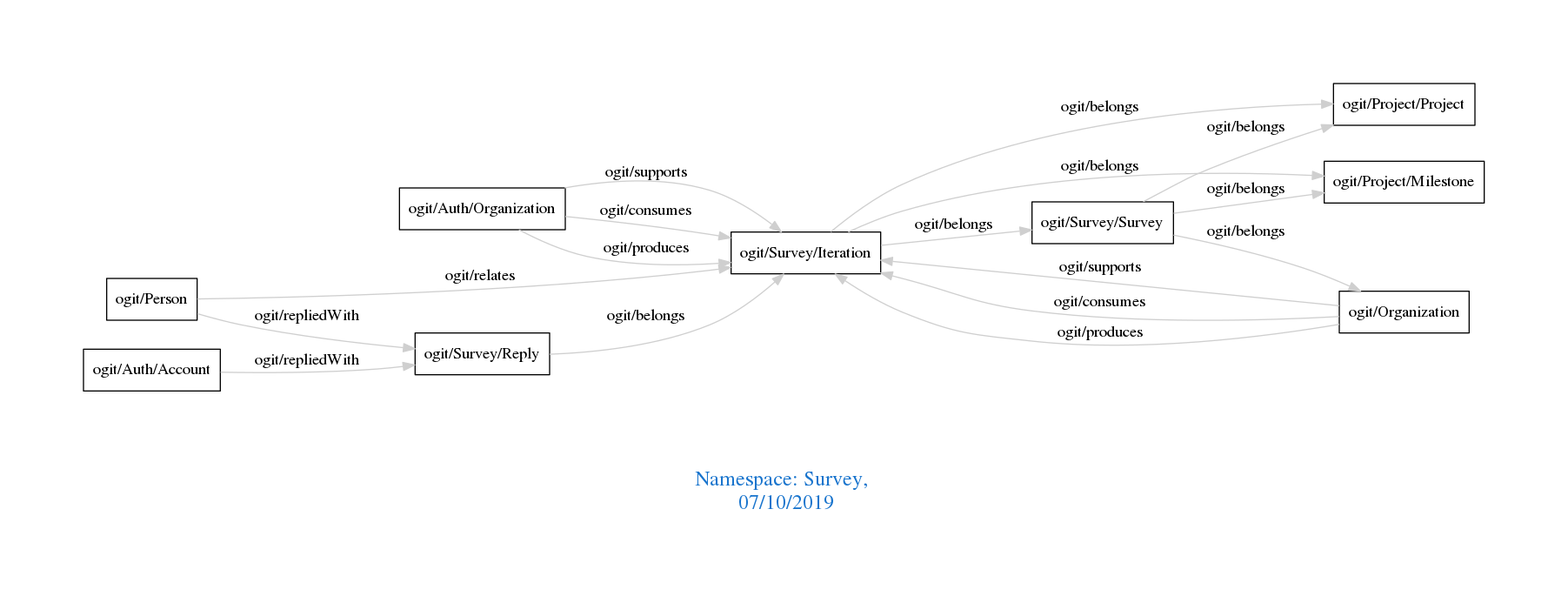
arago/OGIT keeps this Graphviz diagram as downloads/Survey.png. Above is the earlier version. Its source is kept beside it as downloads/Survey.dot.
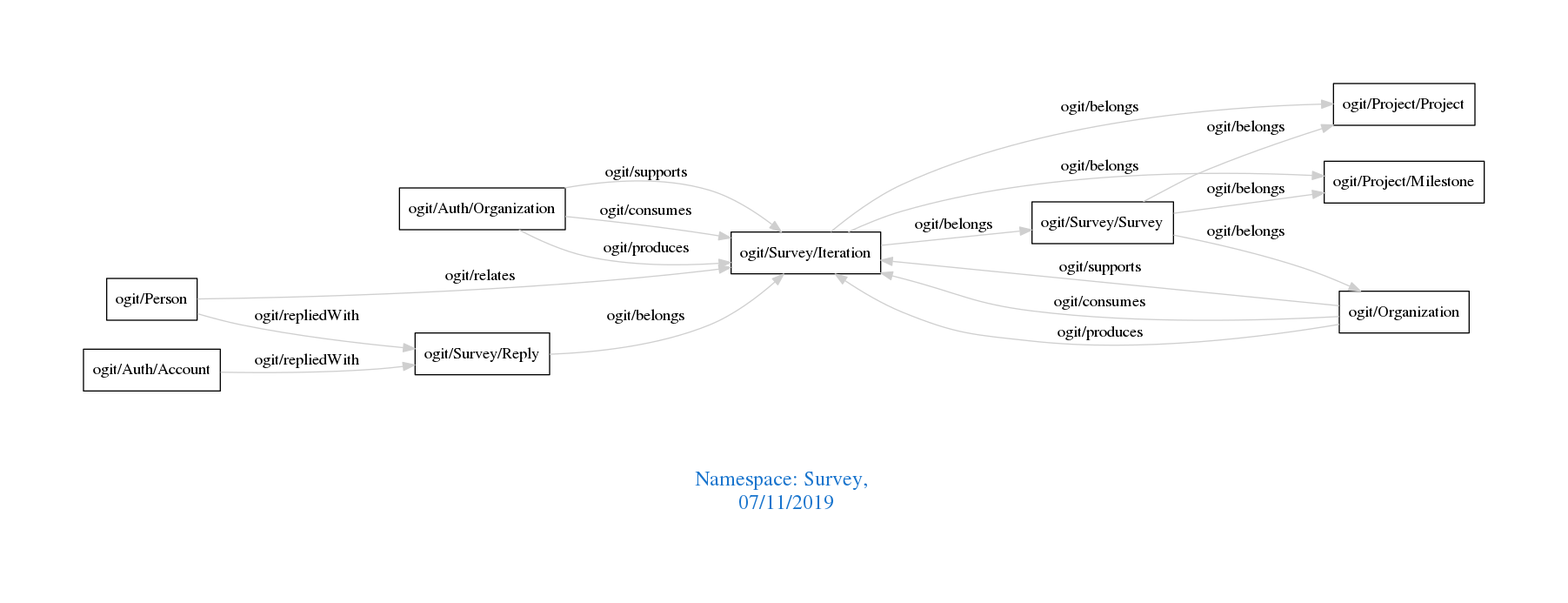
After the change.

Diff of the diagram source:
```diff
@@ -1,7 +1,7 @@
 digraph OGIT_ontology {
  graph [ rankdir= LR,pad=1
 fontsize = 18,
-fontcolor= dodgerblue3,label = "\n\n\nNamespace: Survey, \n 07/10/2019"];
+fontcolor= dodgerblue3,label = "\n\n\nNamespace: Survey, \n 07/11/2019"];
 node[shape=polygon];
 edge [  color="gray81"];
 
```
